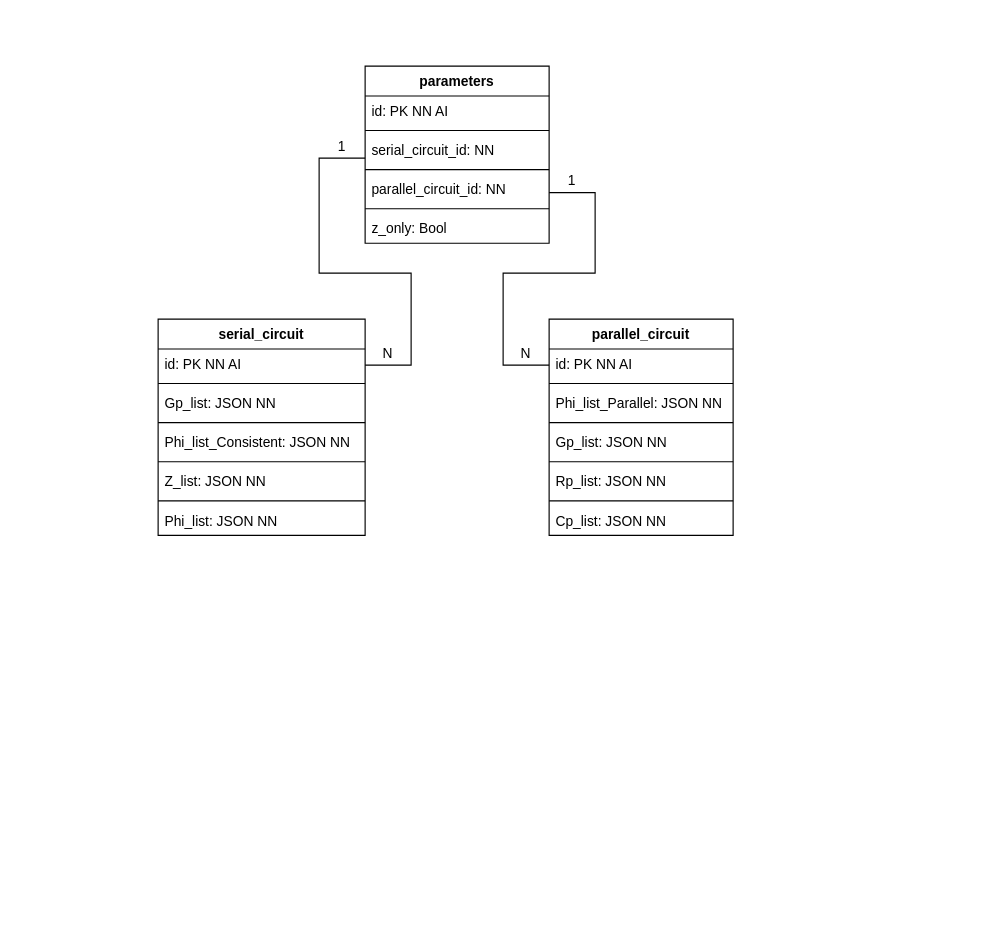
The draw.io diagram Documentation/Oleg/Charts/ER Диаграмма.drawio in HeisPovedim/diplom-P419-E7-30, before the edit. Source tidied: cells renumbered, new cells numbered last; positions are measured from the earlier drawing's top-left corner, leaving out a move shared by most shapes. Both pictures are drawn from the tidied source at 115%, with x=0, y=0 at pixel (158, 66).
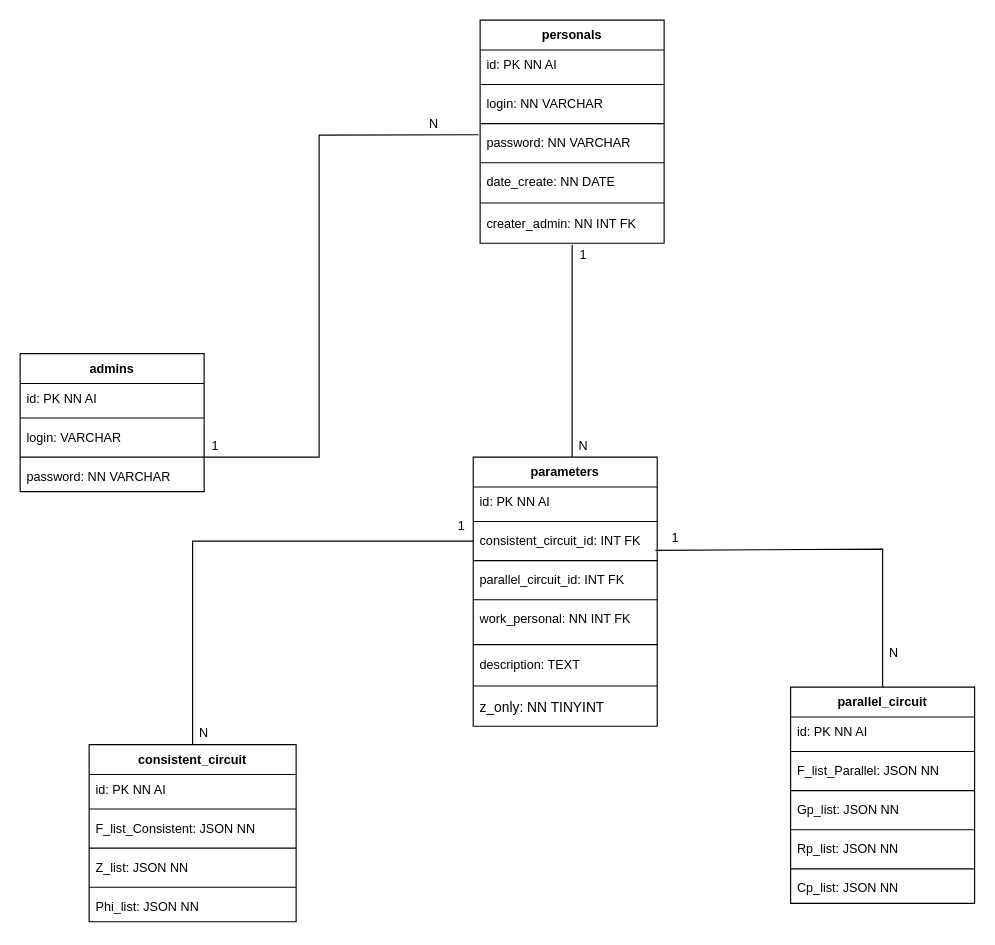
The same diagram, later.

What changed in the source:
```diff
@@
+    <mxCell id="36" value="admins&lt;br style=&quot;font-size: 11px;&quot;&gt;" style="swimlane;fontStyle=1;align=center;verticalAlign=top;horizontal=1;startSize=26;whiteSpace=wrap;html=1;fontSize=11;" parent="1" vertex="1">
+      <mxGeometry x="-120" y="250" width="160" height="120" as="geometry" />
+    </mxCell>
+    <mxCell id="37" value="id: PK NN AI" style="text;align=left;verticalAlign=top;spacingLeft=4;spacingRight=4;overflow=hidden;whiteSpace=wrap;html=1;fontSize=11;" parent="36" vertex="1">
+      <mxGeometry y="26" width="160" height="26" as="geometry" />
+    </mxCell>
+    <mxCell id="38" style="line;strokeWidth=1;align=left;verticalAlign=middle;spacingTop=-1;spacingLeft=3;spacingRight=3;labelPosition=right;fontSize=11;" parent="36" vertex="1">
+      <mxGeometry y="52" width="160" height="8" as="geometry" />
+    </mxCell>
+    <mxCell id="39" value="login: VARCHAR&lt;br style=&quot;font-size: 11px;&quot;&gt;" style="text;align=left;verticalAlign=top;spacingLeft=4;spacingRight=4;overflow=hidden;whiteSpace=wrap;html=1;fontSize=11;" parent="36" vertex="1">
+      <mxGeometry y="60" width="160" height="26" as="geometry" />
+    </mxCell>
+    <mxCell id="40" style="line;strokeWidth=1;align=left;verticalAlign=middle;spacingTop=-1;spacingLeft=3;spacingRight=3;labelPosition=right;fontSize=11;" parent="36" vertex="1">
+      <mxGeometry y="86" width="160" height="8" as="geometry" />
+    </mxCell>
+    <mxCell id="41" value="password: NN VARCHAR" style="text;align=left;verticalAlign=top;spacingLeft=4;spacingRight=4;overflow=hidden;whiteSpace=wrap;html=1;fontSize=11;" parent="36" vertex="1">
+      <mxGeometry y="94" width="160" height="26" as="geometry" />
+    </mxCell>
+    <mxCell id="42" value="personals&lt;br style=&quot;font-size: 11px;&quot;&gt;" style="swimlane;fontStyle=1;align=center;verticalAlign=top;horizontal=1;startSize=26;whiteSpace=wrap;html=1;fontSize=11;" parent="1" vertex="1">
+      <mxGeometry x="280" y="-40" width="160" height="194" as="geometry" />
+    </mxCell>
+    <mxCell id="43" value="id: PK NN AI" style="text;align=left;verticalAlign=top;spacingLeft=4;spacingRight=4;overflow=hidden;whiteSpace=wrap;html=1;fontSize=11;" parent="42" vertex="1">
+      <mxGeometry y="26" width="160" height="26" as="geometry" />
+    </mxCell>
+    <mxCell id="44" style="line;strokeWidth=1;align=left;verticalAlign=middle;spacingTop=-1;spacingLeft=3;spacingRight=3;labelPosition=right;fontSize=11;" parent="42" vertex="1">
+      <mxGeometry y="52" width="160" height="8" as="geometry" />
+    </mxCell>
+    <mxCell id="45" value="login: NN VARCHAR" style="text;align=left;verticalAlign=top;spacingLeft=4;spacingRight=4;overflow=hidden;whiteSpace=wrap;html=1;fontSize=11;" parent="42" vertex="1">
+      <mxGeometry y="60" width="160" height="26" as="geometry" />
+    </mxCell>
+    <mxCell id="46" style="line;strokeWidth=1;align=left;verticalAlign=middle;spacingTop=-1;spacingLeft=3;spacingRight=3;labelPosition=right;fontSize=11;" parent="42" vertex="1">
+      <mxGeometry y="86" width="160" height="8" as="geometry" />
+    </mxCell>
+    <mxCell id="47" value="&lt;font style=&quot;font-size: 11px;&quot;&gt;password: NN VARCHAR&lt;/font&gt;" style="text;align=left;verticalAlign=top;spacingLeft=4;spacingRight=4;overflow=hidden;points=[[0,0.5],[1,0.5]];portConstraint=eastwest;whiteSpace=wrap;html=1;fontSize=11;" parent="42" vertex="1">
+      <mxGeometry y="94" width="160" height="26" as="geometry" />
+    </mxCell>
+    <mxCell id="48" style="line;strokeWidth=1;align=left;verticalAlign=middle;spacingTop=-1;spacingLeft=3;spacingRight=3;labelPosition=right;fontSize=11;" parent="42" vertex="1">
+      <mxGeometry y="120" width="160" height="8" as="geometry" />
+    </mxCell>
+    <mxCell id="49" value="date_create: NN DATE" style="text;align=left;verticalAlign=top;spacingLeft=4;spacingRight=4;overflow=hidden;whiteSpace=wrap;html=1;fontSize=11;" parent="42" vertex="1">
+      <mxGeometry y="128" width="160" height="26" as="geometry" />
+    </mxCell>
+    <mxCell id="50" style="line;strokeWidth=1;dashed=0;labelPosition=right;align=left;verticalAlign=middle;spacingTop=0;spacingLeft=6;fontSize=11;" parent="42" vertex="1">
+      <mxGeometry y="154" width="160" height="10" as="geometry" />
+    </mxCell>
+    <mxCell id="51" value="creater_admin: NN INT FK&lt;br style=&quot;font-size: 11px;&quot;&gt;" style="text;strokeColor=none;fillColor=none;spacingLeft=4;spacingRight=4;overflow=hidden;points=[[0,0.5],[1,0.5]];portConstraint=eastwest;fontSize=11;whiteSpace=wrap;html=1;" parent="42" vertex="1">
+      <mxGeometry y="164" width="160" height="30" as="geometry" />
+    </mxCell>
+    <mxCell id="52" style="endArrow=none;html=1;rounded=0;exitX=1;exitY=0.75;exitDx=0;exitDy=0;entryX=-0.009;entryY=0.217;entryDx=0;entryDy=0;entryPerimeter=0;fontSize=11;" parent="1" edge="1" source="36" target="47">
+      <mxGeometry relative="1" as="geometry">
+        <Array as="points">
+          <mxPoint x="140" y="340" />
+          <mxPoint x="140" y="160" />
+          <mxPoint x="140" y="60" />
+        </Array>
+      </mxGeometry>
+    </mxCell>
+    <mxCell id="53" value="N" style="text;html=1;align=center;verticalAlign=middle;whiteSpace=wrap;rounded=0;fontSize=11;" parent="1" vertex="1">
+      <mxGeometry x="230" y="40" width="20" height="20" as="geometry" />
+    </mxCell>
+    <mxCell id="54" style="endArrow=none;html=1;rounded=0;entryX=0.5;entryY=1.045;entryDx=0;entryDy=0;entryPerimeter=0;fontSize=11;" parent="1" edge="1" target="51">
+      <mxGeometry relative="1" as="geometry">
+        <mxPoint x="360" y="340" as="sourcePoint" />
+        <Array as="points">
+          <mxPoint x="360" y="280" />
+          <mxPoint x="360" y="240" />
+          <mxPoint x="360" y="190" />
+        </Array>
+      </mxGeometry>
+    </mxCell>
+    <mxCell id="55" value="1" style="text;html=1;align=center;verticalAlign=middle;whiteSpace=wrap;rounded=0;fontSize=11;" parent="1" vertex="1">
+      <mxGeometry x="360" y="154" width="20" height="20" as="geometry" />
+    </mxCell>
+    <mxCell id="56" value="N" style="text;html=1;align=center;verticalAlign=middle;whiteSpace=wrap;rounded=0;fontSize=11;" parent="1" vertex="1">
+      <mxGeometry x="360" y="320" width="20" height="20" as="geometry" />
+    </mxCell>
+    <mxCell id="57" value="1" style="text;html=1;align=center;verticalAlign=middle;whiteSpace=wrap;rounded=0;fontSize=11;" parent="1" vertex="1">
+      <mxGeometry x="40" y="320" width="20" height="20" as="geometry" />
+    </mxCell>
-    <mxCell id="2" value="serial_circuit" style="swimlane;fontStyle=1;align=center;verticalAlign=top;horizontal=1;startSize=26;whiteSpace=wrap;html=1;" parent="1" vertex="1">
-      <mxGeometry y="220" width="180" height="188" as="geometry" />
+    <mxCell id="2" value="consistent_circuit" style="swimlane;fontStyle=1;align=center;verticalAlign=top;horizontal=1;startSize=26;whiteSpace=wrap;html=1;fontSize=11;" parent="1" vertex="1">
+      <mxGeometry x="-60" y="590" width="180" height="154" as="geometry" />
     </mxCell>
-    <mxCell id="3" value="id: PK NN AI" style="text;align=left;verticalAlign=top;spacingLeft=4;spacingRight=4;overflow=hidden;points=[[0,0.5],[1,0.5]];portConstraint=eastwest;whiteSpace=wrap;html=1;" parent="2" vertex="1">
+    <mxCell id="3" value="id: PK NN AI" style="text;align=left;verticalAlign=top;spacingLeft=4;spacingRight=4;overflow=hidden;points=[[0,0.5],[1,0.5]];portConstraint=eastwest;whiteSpace=wrap;html=1;fontSize=11;" parent="2" vertex="1">
       <mxGeometry y="26" width="180" height="26" as="geometry" />
     </mxCell>
-    <mxCell id="4" style="line;strokeWidth=1;align=left;verticalAlign=middle;spacingTop=-1;spacingLeft=3;spacingRight=3;labelPosition=right;" parent="2" vertex="1">
+    <mxCell id="4" style="line;strokeWidth=1;align=left;verticalAlign=middle;spacingTop=-1;spacingLeft=3;spacingRight=3;labelPosition=right;fontSize=11;" parent="2" vertex="1">
       <mxGeometry y="52" width="180" height="8" as="geometry" />
     </mxCell>
-    <mxCell id="5" value="Gp_list: JSON NN" style="text;align=left;verticalAlign=top;spacingLeft=4;spacingRight=4;overflow=hidden;whiteSpace=wrap;html=1;" parent="2" vertex="1">
+    <mxCell id="5" value="F_list_Consistent: JSON&amp;nbsp;NN" style="text;align=left;verticalAlign=top;spacingLeft=4;spacingRight=4;overflow=hidden;whiteSpace=wrap;html=1;fontSize=11;" parent="2" vertex="1">
       <mxGeometry y="60" width="180" height="26" as="geometry" />
     </mxCell>
-    <mxCell id="6" style="line;strokeWidth=1;align=left;verticalAlign=middle;spacingTop=-1;spacingLeft=3;spacingRight=3;labelPosition=right;" parent="2" vertex="1">
-      <mxGeometry y="86" width="180" height="8" as="geometry" />
-    </mxCell>
-    <mxCell id="7" value="Phi_list_Consistent: JSON&amp;nbsp;NN" style="text;align=left;verticalAlign=top;spacingLeft=4;spacingRight=4;overflow=hidden;whiteSpace=wrap;html=1;" parent="2" vertex="1">
-      <mxGeometry y="94" width="180" height="26" as="geometry" />
-    </mxCell>
-    <mxCell id="8" style="line;strokeWidth=1;align=left;verticalAlign=middle;spacingTop=-1;spacingLeft=3;spacingRight=3;labelPosition=right;" parent="2" vertex="1">
-      <mxGeometry y="120" width="180" height="8" as="geometry" />
+    <mxCell id="8" style="line;strokeWidth=1;align=left;verticalAlign=middle;spacingTop=-1;spacingLeft=3;spacingRight=3;labelPosition=right;fontSize=11;" parent="2" vertex="1">
+      <mxGeometry y="86" width="180" height="8" as="geometry" />
     </mxCell>
-    <mxCell id="9" value="Z_list: JSON&amp;nbsp;NN" style="text;align=left;verticalAlign=top;spacingLeft=4;spacingRight=4;overflow=hidden;whiteSpace=wrap;html=1;" parent="2" vertex="1">
-      <mxGeometry y="128" width="180" height="26" as="geometry" />
+    <mxCell id="9" value="Z_list: JSON&amp;nbsp;NN" style="text;align=left;verticalAlign=top;spacingLeft=4;spacingRight=4;overflow=hidden;whiteSpace=wrap;html=1;fontSize=11;" parent="2" vertex="1">
+      <mxGeometry y="94" width="180" height="26" as="geometry" />
     </mxCell>
-    <mxCell id="10" style="line;strokeWidth=1;align=left;verticalAlign=middle;spacingTop=-1;spacingLeft=3;spacingRight=3;labelPosition=right;" parent="2" vertex="1">
-      <mxGeometry y="154" width="180" height="8" as="geometry" />
+    <mxCell id="10" style="line;strokeWidth=1;align=left;verticalAlign=middle;spacingTop=-1;spacingLeft=3;spacingRight=3;labelPosition=right;fontSize=11;" parent="2" vertex="1">
+      <mxGeometry y="120" width="180" height="8" as="geometry" />
     </mxCell>
-    <mxCell id="11" value="Phi_list: JSON&amp;nbsp;NN" style="text;align=left;verticalAlign=top;spacingLeft=4;spacingRight=4;overflow=hidden;whiteSpace=wrap;html=1;" parent="2" vertex="1">
-      <mxGeometry y="162" width="180" height="26" as="geometry" />
+    <mxCell id="11" value="Phi_list: JSON&amp;nbsp;NN" style="text;align=left;verticalAlign=top;spacingLeft=4;spacingRight=4;overflow=hidden;whiteSpace=wrap;html=1;fontSize=11;" parent="2" vertex="1">
+      <mxGeometry y="128" width="180" height="26" as="geometry" />
     </mxCell>
-    <mxCell id="12" value="parallel_circuit" style="swimlane;fontStyle=1;align=center;verticalAlign=top;horizontal=1;startSize=26;whiteSpace=wrap;html=1;" parent="1" vertex="1">
-      <mxGeometry x="340" y="220" width="160" height="188" as="geometry" />
+    <mxCell id="12" value="parallel_circuit" style="swimlane;fontStyle=1;align=center;verticalAlign=top;horizontal=1;startSize=26;whiteSpace=wrap;html=1;fontSize=11;" parent="1" vertex="1">
+      <mxGeometry x="550" y="540" width="160" height="188" as="geometry" />
     </mxCell>
-    <mxCell id="13" value="id: PK NN AI" style="text;align=left;verticalAlign=top;spacingLeft=4;spacingRight=4;overflow=hidden;whiteSpace=wrap;html=1;" parent="12" vertex="1">
+    <mxCell id="13" value="id: PK NN AI" style="text;align=left;verticalAlign=top;spacingLeft=4;spacingRight=4;overflow=hidden;whiteSpace=wrap;html=1;fontSize=11;" parent="12" vertex="1">
       <mxGeometry y="26" width="160" height="26" as="geometry" />
     </mxCell>
-    <mxCell id="14" style="line;strokeWidth=1;align=left;verticalAlign=middle;spacingTop=-1;spacingLeft=3;spacingRight=3;labelPosition=right;" parent="12" vertex="1">
+    <mxCell id="14" style="line;strokeWidth=1;align=left;verticalAlign=middle;spacingTop=-1;spacingLeft=3;spacingRight=3;labelPosition=right;fontSize=11;" parent="12" vertex="1">
       <mxGeometry y="52" width="160" height="8" as="geometry" />
     </mxCell>
-    <mxCell id="15" value="Phi_list_Parallel: JSON&amp;nbsp;NN" style="text;align=left;verticalAlign=top;spacingLeft=4;spacingRight=4;overflow=hidden;whiteSpace=wrap;html=1;" parent="12" vertex="1">
+    <mxCell id="15" value="F_list_Parallel: JSON&amp;nbsp;NN" style="text;align=left;verticalAlign=top;spacingLeft=4;spacingRight=4;overflow=hidden;whiteSpace=wrap;html=1;fontSize=11;" parent="12" vertex="1">
       <mxGeometry y="60" width="160" height="26" as="geometry" />
     </mxCell>
-    <mxCell id="16" style="line;strokeWidth=1;align=left;verticalAlign=middle;spacingTop=-1;spacingLeft=3;spacingRight=3;labelPosition=right;" parent="12" vertex="1">
+    <mxCell id="16" style="line;strokeWidth=1;align=left;verticalAlign=middle;spacingTop=-1;spacingLeft=3;spacingRight=3;labelPosition=right;fontSize=11;" parent="12" vertex="1">
       <mxGeometry y="86" width="160" height="8" as="geometry" />
     </mxCell>
-    <mxCell id="17" value="Gp_list: JSON NN" style="text;align=left;verticalAlign=top;spacingLeft=4;spacingRight=4;overflow=hidden;whiteSpace=wrap;html=1;" parent="12" vertex="1">
+    <mxCell id="17" value="Gp_list: JSON NN" style="text;align=left;verticalAlign=top;spacingLeft=4;spacingRight=4;overflow=hidden;whiteSpace=wrap;html=1;fontSize=11;" parent="12" vertex="1">
       <mxGeometry y="94" width="160" height="26" as="geometry" />
     </mxCell>
-    <mxCell id="18" style="line;strokeWidth=1;align=left;verticalAlign=middle;spacingTop=-1;spacingLeft=3;spacingRight=3;labelPosition=right;" parent="12" vertex="1">
+    <mxCell id="18" style="line;strokeWidth=1;align=left;verticalAlign=middle;spacingTop=-1;spacingLeft=3;spacingRight=3;labelPosition=right;fontSize=11;" parent="12" vertex="1">
       <mxGeometry y="120" width="160" height="8" as="geometry" />
     </mxCell>
-    <mxCell id="19" value="Rp_list: JSON&amp;nbsp;NN" style="text;align=left;verticalAlign=top;spacingLeft=4;spacingRight=4;overflow=hidden;whiteSpace=wrap;html=1;" parent="12" vertex="1">
+    <mxCell id="19" value="Rp_list: JSON&amp;nbsp;NN" style="text;align=left;verticalAlign=top;spacingLeft=4;spacingRight=4;overflow=hidden;whiteSpace=wrap;html=1;fontSize=11;" parent="12" vertex="1">
       <mxGeometry y="128" width="160" height="26" as="geometry" />
     </mxCell>
-    <mxCell id="20" style="line;strokeWidth=1;align=left;verticalAlign=middle;spacingTop=-1;spacingLeft=3;spacingRight=3;labelPosition=right;" parent="12" vertex="1">
+    <mxCell id="20" style="line;strokeWidth=1;align=left;verticalAlign=middle;spacingTop=-1;spacingLeft=3;spacingRight=3;labelPosition=right;fontSize=11;" parent="12" vertex="1">
       <mxGeometry y="154" width="160" height="8" as="geometry" />
     </mxCell>
-    <mxCell id="21" value="Cp_list: JSON&amp;nbsp;NN" style="text;align=left;verticalAlign=top;spacingLeft=4;spacingRight=4;overflow=hidden;whiteSpace=wrap;html=1;" parent="12" vertex="1">
+    <mxCell id="21" value="Cp_list: JSON&amp;nbsp;NN" style="text;align=left;verticalAlign=top;spacingLeft=4;spacingRight=4;overflow=hidden;whiteSpace=wrap;html=1;fontSize=11;" parent="12" vertex="1">
       <mxGeometry y="162" width="160" height="26" as="geometry" />
     </mxCell>
-    <mxCell id="22" value="parameters" style="swimlane;fontStyle=1;align=center;verticalAlign=top;horizontal=1;startSize=26;whiteSpace=wrap;html=1;" parent="1" vertex="1">
-      <mxGeometry x="180" width="160" height="154" as="geometry" />
+    <mxCell id="22" value="parameters" style="swimlane;fontStyle=1;align=center;verticalAlign=top;horizontal=1;startSize=26;whiteSpace=wrap;html=1;fontSize=11;" parent="1" vertex="1">
+      <mxGeometry x="274" y="340" width="160" height="234" as="geometry" />
     </mxCell>
-    <mxCell id="23" value="id: PK NN AI" style="text;align=left;verticalAlign=top;spacingLeft=4;spacingRight=4;overflow=hidden;whiteSpace=wrap;html=1;" parent="22" vertex="1">
+    <mxCell id="23" value="id: PK NN AI" style="text;align=left;verticalAlign=top;spacingLeft=4;spacingRight=4;overflow=hidden;whiteSpace=wrap;html=1;fontSize=11;" parent="22" vertex="1">
       <mxGeometry y="26" width="160" height="26" as="geometry" />
     </mxCell>
-    <mxCell id="24" style="line;strokeWidth=1;align=left;verticalAlign=middle;spacingTop=-1;spacingLeft=3;spacingRight=3;labelPosition=right;" parent="22" vertex="1">
+    <mxCell id="24" style="line;strokeWidth=1;align=left;verticalAlign=middle;spacingTop=-1;spacingLeft=3;spacingRight=3;labelPosition=right;fontSize=11;" parent="22" vertex="1">
       <mxGeometry y="52" width="160" height="8" as="geometry" />
     </mxCell>
-    <mxCell id="25" value="serial_circuit_id: NN" style="text;align=left;verticalAlign=top;spacingLeft=4;spacingRight=4;overflow=hidden;points=[[0,0.5],[1,0.5]];portConstraint=eastwest;whiteSpace=wrap;html=1;" parent="22" vertex="1">
+    <mxCell id="25" value="consistent_circuit_id: INT FK" style="text;align=left;verticalAlign=top;spacingLeft=4;spacingRight=4;overflow=hidden;points=[[0,0.5],[1,0.5]];portConstraint=eastwest;whiteSpace=wrap;html=1;fontSize=11;" parent="22" vertex="1">
       <mxGeometry y="60" width="160" height="26" as="geometry" />
     </mxCell>
-    <mxCell id="26" style="line;strokeWidth=1;align=left;verticalAlign=middle;spacingTop=-1;spacingLeft=3;spacingRight=3;labelPosition=right;" parent="22" vertex="1">
+    <mxCell id="26" style="line;strokeWidth=1;align=left;verticalAlign=middle;spacingTop=-1;spacingLeft=3;spacingRight=3;labelPosition=right;fontSize=11;" parent="22" vertex="1">
       <mxGeometry y="86" width="160" height="8" as="geometry" />
     </mxCell>
-    <mxCell id="27" value="parallel_circuit_id: NN" style="text;align=left;verticalAlign=top;spacingLeft=4;spacingRight=4;overflow=hidden;whiteSpace=wrap;html=1;" parent="22" vertex="1">
+    <mxCell id="27" value="parallel_circuit_id: INT FK" style="text;align=left;verticalAlign=top;spacingLeft=4;spacingRight=4;overflow=hidden;whiteSpace=wrap;html=1;fontSize=11;" parent="22" vertex="1">
       <mxGeometry y="94" width="160" height="26" as="geometry" />
     </mxCell>
-    <mxCell id="28" style="line;strokeWidth=1;align=left;verticalAlign=middle;spacingTop=-1;spacingLeft=3;spacingRight=3;labelPosition=right;" parent="22" vertex="1">
+    <mxCell id="28" style="line;strokeWidth=1;align=left;verticalAlign=middle;spacingTop=-1;spacingLeft=3;spacingRight=3;labelPosition=right;fontSize=11;" parent="22" vertex="1">
       <mxGeometry y="120" width="160" height="8" as="geometry" />
     </mxCell>
+    <mxCell id="58" value="work_personal: NN INT FK&lt;br style=&quot;font-size: 11px;&quot;&gt;" style="text;strokeColor=none;fillColor=none;spacingLeft=4;spacingRight=4;overflow=hidden;fontSize=11;whiteSpace=wrap;html=1;" parent="22" vertex="1">
+      <mxGeometry y="128" width="160" height="30" as="geometry" />
+    </mxCell>
+    <mxCell id="59" style="line;strokeWidth=1;dashed=0;labelPosition=right;align=left;verticalAlign=middle;spacingTop=0;spacingLeft=6;fontSize=11;" parent="22" vertex="1">
+      <mxGeometry y="158" width="160" height="10" as="geometry" />
+    </mxCell>
-    <mxCell id="29" value="z_only: Bool" style="text;align=left;verticalAlign=top;spacingLeft=4;spacingRight=4;overflow=hidden;whiteSpace=wrap;html=1;" parent="22" vertex="1">
-      <mxGeometry y="128" width="160" height="26" as="geometry" />
+    <mxCell id="29" value="description: TEXT" style="text;align=left;verticalAlign=top;spacingLeft=4;spacingRight=4;overflow=hidden;whiteSpace=wrap;html=1;fontSize=11;" parent="22" vertex="1">
+      <mxGeometry y="168" width="160" height="26" as="geometry" />
     </mxCell>
-    <mxCell id="30" style="endArrow=none;html=1;rounded=0;" parent="1" edge="1">
-      <mxGeometry relative="1" as="geometry">
-        <mxPoint x="340" y="110" as="sourcePoint" />
-        <mxPoint x="340" y="260" as="targetPoint" />
-        <Array as="points">
-          <mxPoint x="380" y="110" />
-          <mxPoint x="380" y="180" />
-          <mxPoint x="300" y="180" />
-          <mxPoint x="300" y="220" />
-          <mxPoint x="300" y="260" />
-        </Array>
-      </mxGeometry>
-    </mxCell>
+    <mxCell id="60" style="line;strokeWidth=1;dashed=0;labelPosition=right;align=left;verticalAlign=middle;spacingTop=0;spacingLeft=6;" parent="22" vertex="1">
+      <mxGeometry y="194" width="160" height="10" as="geometry" />
+    </mxCell>
+    <mxCell id="61" value="z_only: NN TINYINT" style="text;strokeColor=none;fillColor=none;spacingLeft=4;spacingRight=4;overflow=hidden;fontSize=12;whiteSpace=wrap;html=1;" parent="22" vertex="1">
+      <mxGeometry y="204" width="160" height="30" as="geometry" />
+    </mxCell>
-    <mxCell id="31" value="1" style="text;html=1;align=center;verticalAlign=middle;whiteSpace=wrap;rounded=0;" parent="1" vertex="1">
-      <mxGeometry x="350" y="90" width="20" height="20" as="geometry" />
+    <mxCell id="31" value="1" style="text;html=1;align=center;verticalAlign=middle;whiteSpace=wrap;rounded=0;fontSize=11;" parent="1" vertex="1">
+      <mxGeometry x="440" y="400" width="20" height="20" as="geometry" />
     </mxCell>
-    <mxCell id="32" value="N" style="text;html=1;align=center;verticalAlign=middle;whiteSpace=wrap;rounded=0;" parent="1" vertex="1">
-      <mxGeometry x="310" y="240" width="20" height="20" as="geometry" />
+    <mxCell id="32" value="N&lt;br style=&quot;font-size: 11px;&quot;&gt;" style="text;html=1;align=center;verticalAlign=middle;whiteSpace=wrap;rounded=0;fontSize=11;" parent="1" vertex="1">
+      <mxGeometry x="630" y="500" width="20" height="20" as="geometry" />
     </mxCell>
-    <mxCell id="33" style="endArrow=none;html=1;rounded=0;exitX=1;exitY=0.538;exitDx=0;exitDy=0;entryX=0;entryY=0.769;entryDx=0;entryDy=0;entryPerimeter=0;exitPerimeter=0;" parent="1" edge="1" source="3" target="25">
-      <mxGeometry relative="1" as="geometry">
-        <Array as="points">
-          <mxPoint x="220" y="260" />
-          <mxPoint x="220" y="180" />
-          <mxPoint x="140" y="180" />
-          <mxPoint x="140" y="80" />
-        </Array>
-      </mxGeometry>
-    </mxCell>
-    <mxCell id="34" value="1" style="text;html=1;align=center;verticalAlign=middle;whiteSpace=wrap;rounded=0;" parent="1" vertex="1">
-      <mxGeometry x="150" y="60" width="20" height="20" as="geometry" />
+    <mxCell id="34" value="1&lt;br style=&quot;font-size: 11px;&quot;&gt;" style="text;html=1;align=center;verticalAlign=middle;whiteSpace=wrap;rounded=0;fontSize=11;" parent="1" vertex="1">
+      <mxGeometry x="254" y="390" width="20" height="20" as="geometry" />
     </mxCell>
-    <mxCell id="35" value="N" style="text;html=1;align=center;verticalAlign=middle;whiteSpace=wrap;rounded=0;" parent="1" vertex="1">
-      <mxGeometry x="190" y="240" width="20" height="20" as="geometry" />
+    <mxCell id="35" value="N" style="text;html=1;align=center;verticalAlign=middle;whiteSpace=wrap;rounded=0;fontSize=11;" parent="1" vertex="1">
+      <mxGeometry x="30" y="570" width="20" height="20" as="geometry" />
     </mxCell>
+    <mxCell id="62" style="endArrow=none;html=1;rounded=0;entryX=0;entryY=0.5;entryDx=0;entryDy=0;exitX=0.5;exitY=0;exitDx=0;exitDy=0;fontSize=11;" parent="1" edge="1" source="2" target="25">
+      <mxGeometry relative="1" as="geometry">
+        <Array as="points">
+          <mxPoint x="30" y="413" />
+        </Array>
+      </mxGeometry>
+    </mxCell>
+    <mxCell id="63" style="endArrow=none;html=1;rounded=0;entryX=0.99;entryY=0.81;entryDx=0;entryDy=0;exitX=0.5;exitY=0;exitDx=0;exitDy=0;entryPerimeter=0;fontSize=11;" parent="1" edge="1" source="12" target="25">
+      <mxGeometry relative="1" as="geometry">
+        <Array as="points">
+          <mxPoint x="630" y="420" />
+        </Array>
+      </mxGeometry>
+    </mxCell>
```
